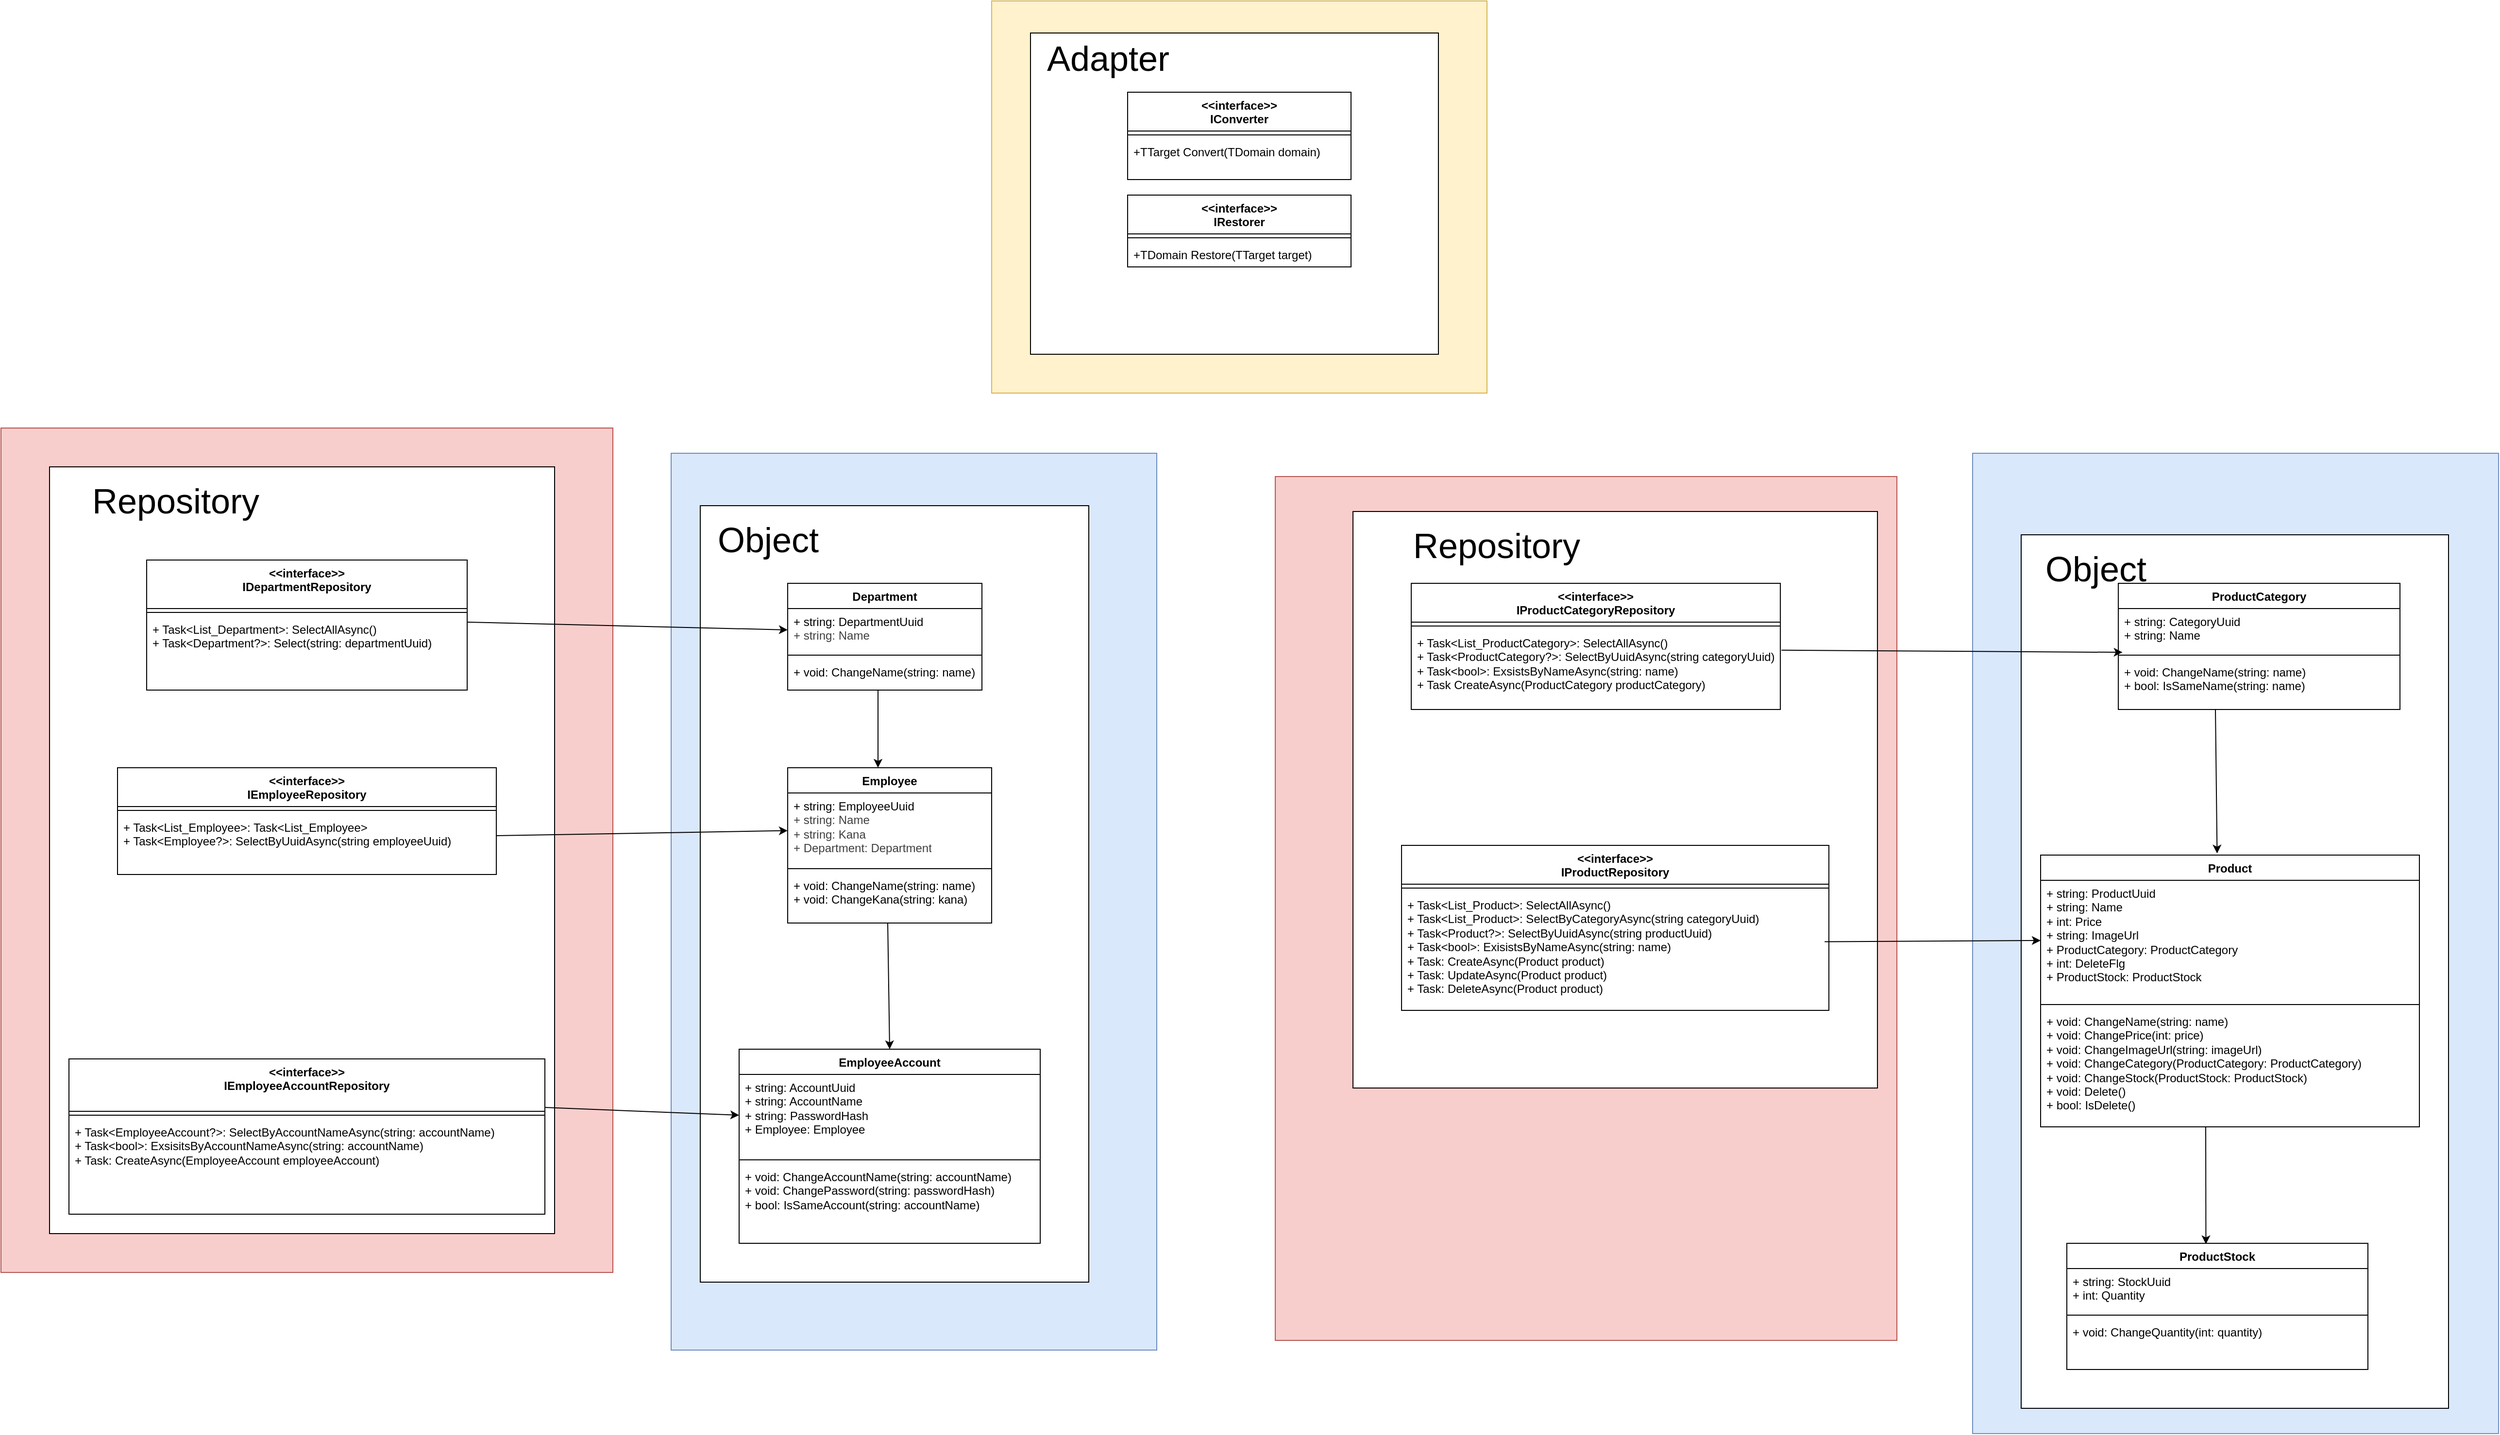
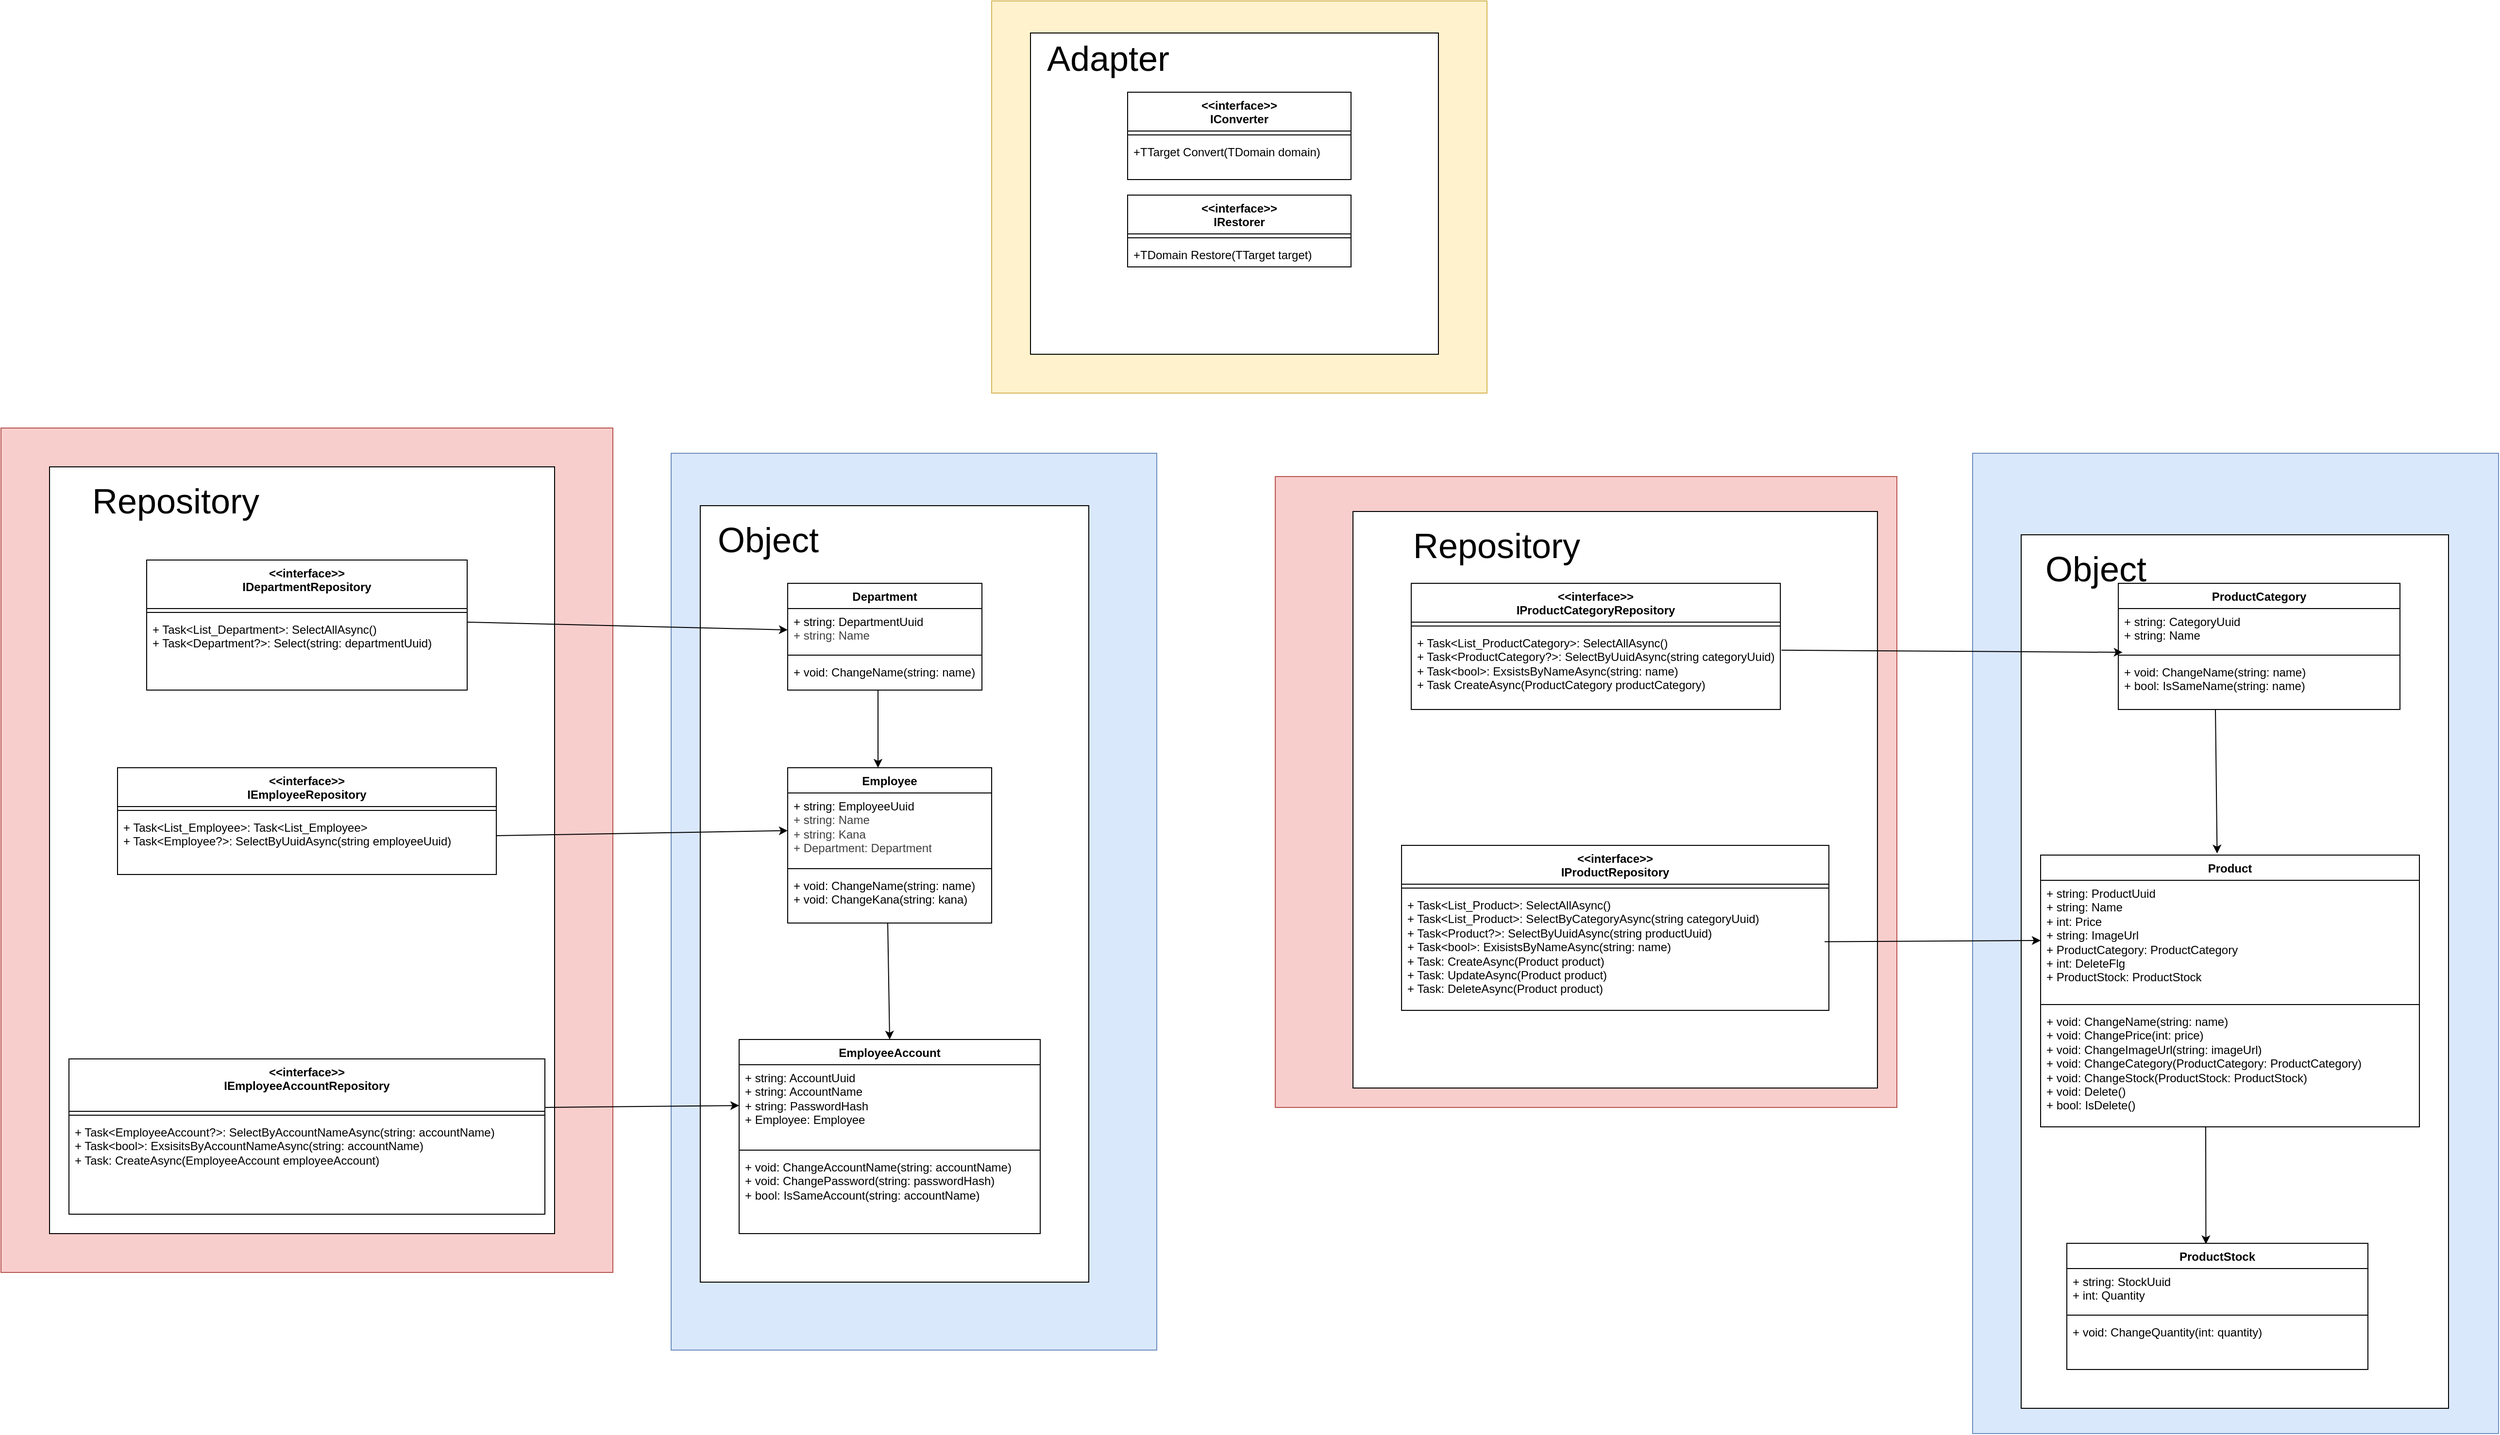
<mxfile host="65bd71144e">
    <diagram id="KKfMD3SemsG6aV6jb4rE" name="ページ1">
-         <mxGraphModel dx="3272" dy="1780" grid="1" gridSize="10" guides="1" tooltips="1" connect="1" arrows="1" fold="1" page="1" pageScale="1" pageWidth="827" pageHeight="1169" math="0" shadow="0">
+         <mxGraphModel dx="2668" dy="1675" grid="1" gridSize="10" guides="1" tooltips="1" connect="1" arrows="1" fold="1" page="1" pageScale="1" pageWidth="827" pageHeight="1169" math="0" shadow="0">
            <root>
                <mxCell id="0"/>
                <mxCell id="1" parent="0"/>
                <mxCell id="88" value="" style="rounded=0;whiteSpace=wrap;html=1;fillColor=#dae8fc;strokeColor=#6c8ebf;" parent="1" vertex="1">
                    <mxGeometry x="420" y="-414" width="541.5" height="1010" as="geometry"/>
                </mxCell>
                <mxCell id="87" value="" style="rounded=0;whiteSpace=wrap;html=1;" parent="1" vertex="1">
                    <mxGeometry x="470" y="-330" width="440" height="900" as="geometry"/>
                </mxCell>
                <mxCell id="85" value="" style="rounded=0;whiteSpace=wrap;html=1;fillColor=#dae8fc;strokeColor=#6c8ebf;" parent="1" vertex="1">
                    <mxGeometry x="-920" y="-414" width="500" height="924" as="geometry"/>
                </mxCell>
                <mxCell id="84" value="" style="rounded=0;whiteSpace=wrap;html=1;" parent="1" vertex="1">
                    <mxGeometry x="-890" y="-360" width="400" height="800" as="geometry"/>
                </mxCell>
                <mxCell id="82" value="" style="rounded=0;whiteSpace=wrap;html=1;fillColor=#f8cecc;strokeColor=#b85450;" parent="1" vertex="1">
-                     <mxGeometry x="-297.97" y="-390" width="640" height="890" as="geometry"/>
+                     <mxGeometry x="-297.97" y="-390" width="640" height="650" as="geometry"/>
                </mxCell>
                <mxCell id="80" value="" style="rounded=0;whiteSpace=wrap;html=1;" parent="1" vertex="1">
                    <mxGeometry x="-217.97" y="-354" width="540" height="594" as="geometry"/>
                </mxCell>
                <mxCell id="78" value="" style="rounded=0;whiteSpace=wrap;html=1;fillColor=#f8cecc;strokeColor=#b85450;" parent="1" vertex="1">
                    <mxGeometry x="-1610" y="-440" width="630" height="870" as="geometry"/>
                </mxCell>
                <mxCell id="77" value="" style="rounded=0;whiteSpace=wrap;html=1;" parent="1" vertex="1">
                    <mxGeometry x="-1560" y="-400" width="520" height="790" as="geometry"/>
                </mxCell>
                <mxCell id="76" value="" style="rounded=0;whiteSpace=wrap;html=1;fillColor=#fff2cc;strokeColor=#d6b656;" parent="1" vertex="1">
                    <mxGeometry x="-590" y="-880" width="510" height="404" as="geometry"/>
                </mxCell>
                <mxCell id="74" value="" style="rounded=0;whiteSpace=wrap;html=1;" parent="1" vertex="1">
                    <mxGeometry x="-550" y="-847" width="420" height="331" as="geometry"/>
                </mxCell>
                <mxCell id="10" value="EmployeeAccount" style="swimlane;fontStyle=1;align=center;verticalAlign=top;childLayout=stackLayout;horizontal=1;startSize=26;horizontalStack=0;resizeParent=1;resizeParentMax=0;resizeLast=0;collapsible=1;marginBottom=0;whiteSpace=wrap;html=1;" parent="1" vertex="1">
-                     <mxGeometry x="-850" y="200" width="310" height="200" as="geometry"/>
+                     <mxGeometry x="-850" y="190" width="310" height="200" as="geometry"/>
                </mxCell>
                <mxCell id="11" value="+ string: AccountUuid&lt;div&gt;+ string: AccountName&lt;/div&gt;&lt;div&gt;+ string: PasswordHash&lt;/div&gt;&lt;div&gt;+ Employee: Employee&lt;/div&gt;" style="text;strokeColor=none;fillColor=none;align=left;verticalAlign=top;spacingLeft=4;spacingRight=4;overflow=hidden;rotatable=0;points=[[0,0.5],[1,0.5]];portConstraint=eastwest;whiteSpace=wrap;html=1;" parent="10" vertex="1">
                    <mxGeometry y="26" width="310" height="84" as="geometry"/>
                </mxCell>
                <mxCell id="12" value="" style="line;strokeWidth=1;fillColor=none;align=left;verticalAlign=middle;spacingTop=-1;spacingLeft=3;spacingRight=3;rotatable=0;labelPosition=right;points=[];portConstraint=eastwest;strokeColor=inherit;" parent="10" vertex="1">
                    <mxGeometry y="110" width="310" height="8" as="geometry"/>
                </mxCell>
                <mxCell id="13" value="+ void: ChangeAccountName(string: accountName)&lt;div&gt;+ void: ChangePassword(string: passwordHash)&lt;/div&gt;&lt;div&gt;+ bool: IsSameAccount(string: accountName)&lt;/div&gt;" style="text;strokeColor=none;fillColor=none;align=left;verticalAlign=top;spacingLeft=4;spacingRight=4;overflow=hidden;rotatable=0;points=[[0,0.5],[1,0.5]];portConstraint=eastwest;whiteSpace=wrap;html=1;" parent="10" vertex="1">
                    <mxGeometry y="118" width="310" height="82" as="geometry"/>
                </mxCell>
                <mxCell id="14" value="ProductCategory" style="swimlane;fontStyle=1;align=center;verticalAlign=top;childLayout=stackLayout;horizontal=1;startSize=26;horizontalStack=0;resizeParent=1;resizeParentMax=0;resizeLast=0;collapsible=1;marginBottom=0;whiteSpace=wrap;html=1;" parent="1" vertex="1">
                    <mxGeometry x="570" y="-280" width="290" height="130" as="geometry"/>
                </mxCell>
                <mxCell id="15" value="+ string: CategoryUuid&lt;div&gt;+ string: Name&lt;/div&gt;" style="text;strokeColor=none;fillColor=none;align=left;verticalAlign=top;spacingLeft=4;spacingRight=4;overflow=hidden;rotatable=0;points=[[0,0.5],[1,0.5]];portConstraint=eastwest;whiteSpace=wrap;html=1;" parent="14" vertex="1">
                    <mxGeometry y="26" width="290" height="44" as="geometry"/>
                </mxCell>
                <mxCell id="16" value="" style="line;strokeWidth=1;fillColor=none;align=left;verticalAlign=middle;spacingTop=-1;spacingLeft=3;spacingRight=3;rotatable=0;labelPosition=right;points=[];portConstraint=eastwest;strokeColor=inherit;" parent="14" vertex="1">
                    <mxGeometry y="70" width="290" height="8" as="geometry"/>
                </mxCell>
                <mxCell id="70" value="" style="endArrow=classic;html=1;entryX=0.466;entryY=-0.006;entryDx=0;entryDy=0;entryPerimeter=0;" parent="14" target="18" edge="1">
                    <mxGeometry width="50" height="50" relative="1" as="geometry">
                        <mxPoint x="100" y="130" as="sourcePoint"/>
                        <mxPoint x="150" y="80" as="targetPoint"/>
                    </mxGeometry>
                </mxCell>
                <mxCell id="17" value="+ void: ChangeName(string: name)&lt;div&gt;+ bool: IsSameName(string: name)&lt;/div&gt;" style="text;strokeColor=none;fillColor=none;align=left;verticalAlign=top;spacingLeft=4;spacingRight=4;overflow=hidden;rotatable=0;points=[[0,0.5],[1,0.5]];portConstraint=eastwest;whiteSpace=wrap;html=1;" parent="14" vertex="1">
                    <mxGeometry y="78" width="290" height="52" as="geometry"/>
                </mxCell>
                <mxCell id="18" value="Product" style="swimlane;fontStyle=1;align=center;verticalAlign=top;childLayout=stackLayout;horizontal=1;startSize=26;horizontalStack=0;resizeParent=1;resizeParentMax=0;resizeLast=0;collapsible=1;marginBottom=0;whiteSpace=wrap;html=1;" parent="1" vertex="1">
                    <mxGeometry x="490" width="390" height="280" as="geometry"/>
                </mxCell>
                <mxCell id="19" value="+ string: ProductUuid&lt;div&gt;+ string: Name&lt;/div&gt;&lt;div&gt;+ int: Price&lt;/div&gt;&lt;div&gt;+ string: ImageUrl&lt;/div&gt;&lt;div&gt;+ ProductCategory: ProductCategory&lt;/div&gt;&lt;div&gt;+ int: DeleteFlg&lt;/div&gt;&lt;div&gt;+ ProductStock: ProductStock&lt;/div&gt;" style="text;strokeColor=none;fillColor=none;align=left;verticalAlign=top;spacingLeft=4;spacingRight=4;overflow=hidden;rotatable=0;points=[[0,0.5],[1,0.5]];portConstraint=eastwest;whiteSpace=wrap;html=1;" parent="18" vertex="1">
                    <mxGeometry y="26" width="390" height="124" as="geometry"/>
                </mxCell>
                <mxCell id="20" value="" style="line;strokeWidth=1;fillColor=none;align=left;verticalAlign=middle;spacingTop=-1;spacingLeft=3;spacingRight=3;rotatable=0;labelPosition=right;points=[];portConstraint=eastwest;strokeColor=inherit;" parent="18" vertex="1">
                    <mxGeometry y="150" width="390" height="8" as="geometry"/>
                </mxCell>
                <mxCell id="21" value="+ void: ChangeName(string: name)&lt;div&gt;+ void: ChangePrice(int: price)&lt;/div&gt;&lt;div&gt;+ void: ChangeImageUrl(string: imageUrl)&lt;/div&gt;&lt;div&gt;+ void: ChangeCategory(ProductCategory: ProductCategory)&lt;/div&gt;&lt;div&gt;+ void: ChangeStock(ProductStock: ProductStock)&lt;/div&gt;&lt;div&gt;+ void: Delete()&lt;/div&gt;&lt;div&gt;+ bool: IsDelete()&amp;nbsp;&lt;/div&gt;" style="text;strokeColor=none;fillColor=none;align=left;verticalAlign=top;spacingLeft=4;spacingRight=4;overflow=hidden;rotatable=0;points=[[0,0.5],[1,0.5]];portConstraint=eastwest;whiteSpace=wrap;html=1;" parent="18" vertex="1">
                    <mxGeometry y="158" width="390" height="122" as="geometry"/>
                </mxCell>
                <mxCell id="71" value="" style="endArrow=classic;html=1;entryX=0.462;entryY=0.007;entryDx=0;entryDy=0;entryPerimeter=0;" parent="18" target="22" edge="1">
                    <mxGeometry width="50" height="50" relative="1" as="geometry">
                        <mxPoint x="170" y="280" as="sourcePoint"/>
                        <mxPoint x="220" y="230" as="targetPoint"/>
                    </mxGeometry>
                </mxCell>
                <mxCell id="22" value="ProductStock" style="swimlane;fontStyle=1;align=center;verticalAlign=top;childLayout=stackLayout;horizontal=1;startSize=26;horizontalStack=0;resizeParent=1;resizeParentMax=0;resizeLast=0;collapsible=1;marginBottom=0;whiteSpace=wrap;html=1;" parent="1" vertex="1">
                    <mxGeometry x="517" y="400" width="310" height="130" as="geometry"/>
                </mxCell>
                <mxCell id="23" value="+ string: StockUuid&lt;div&gt;+ int: Quantity&lt;/div&gt;" style="text;strokeColor=none;fillColor=none;align=left;verticalAlign=top;spacingLeft=4;spacingRight=4;overflow=hidden;rotatable=0;points=[[0,0.5],[1,0.5]];portConstraint=eastwest;whiteSpace=wrap;html=1;" parent="22" vertex="1">
                    <mxGeometry y="26" width="310" height="44" as="geometry"/>
                </mxCell>
                <mxCell id="24" value="" style="line;strokeWidth=1;fillColor=none;align=left;verticalAlign=middle;spacingTop=-1;spacingLeft=3;spacingRight=3;rotatable=0;labelPosition=right;points=[];portConstraint=eastwest;strokeColor=inherit;" parent="22" vertex="1">
                    <mxGeometry y="70" width="310" height="8" as="geometry"/>
                </mxCell>
                <mxCell id="25" value="+ void: ChangeQuantity(int: quantity)&lt;div&gt;&lt;br&gt;&lt;/div&gt;" style="text;strokeColor=none;fillColor=none;align=left;verticalAlign=top;spacingLeft=4;spacingRight=4;overflow=hidden;rotatable=0;points=[[0,0.5],[1,0.5]];portConstraint=eastwest;whiteSpace=wrap;html=1;" parent="22" vertex="1">
                    <mxGeometry y="78" width="310" height="52" as="geometry"/>
                </mxCell>
                <mxCell id="26" value="&lt;span style=&quot;color: rgb(0, 0, 0);&quot;&gt;Department&lt;/span&gt;" style="swimlane;fontStyle=1;align=center;verticalAlign=top;childLayout=stackLayout;horizontal=1;startSize=26;horizontalStack=0;resizeParent=1;resizeParentMax=0;resizeLast=0;collapsible=1;marginBottom=0;whiteSpace=wrap;html=1;" parent="1" vertex="1">
                    <mxGeometry x="-800" y="-280" width="200" height="110" as="geometry"/>
                </mxCell>
                <mxCell id="27" value="&lt;span style=&quot;color: rgb(0, 0, 0);&quot;&gt;+ string: DepartmentUuid&lt;/span&gt;&lt;div style=&quot;color: rgb(63, 63, 63); scrollbar-color: rgb(226, 226, 226) rgb(251, 251, 251);&quot;&gt;+ string: Name&amp;nbsp;&lt;/div&gt;" style="text;strokeColor=none;fillColor=none;align=left;verticalAlign=top;spacingLeft=4;spacingRight=4;overflow=hidden;rotatable=0;points=[[0,0.5],[1,0.5]];portConstraint=eastwest;whiteSpace=wrap;html=1;" parent="26" vertex="1">
                    <mxGeometry y="26" width="200" height="44" as="geometry"/>
                </mxCell>
                <mxCell id="28" value="" style="line;strokeWidth=1;fillColor=none;align=left;verticalAlign=middle;spacingTop=-1;spacingLeft=3;spacingRight=3;rotatable=0;labelPosition=right;points=[];portConstraint=eastwest;strokeColor=inherit;" parent="26" vertex="1">
                    <mxGeometry y="70" width="200" height="8" as="geometry"/>
                </mxCell>
                <mxCell id="29" value="+ void: ChangeName(string: name)" style="text;strokeColor=none;fillColor=none;align=left;verticalAlign=top;spacingLeft=4;spacingRight=4;overflow=hidden;rotatable=0;points=[[0,0.5],[1,0.5]];portConstraint=eastwest;whiteSpace=wrap;html=1;" parent="26" vertex="1">
                    <mxGeometry y="78" width="200" height="32" as="geometry"/>
                </mxCell>
                <mxCell id="30" value="&lt;span style=&quot;color: rgb(0, 0, 0);&quot;&gt;Employee&lt;/span&gt;" style="swimlane;fontStyle=1;align=center;verticalAlign=top;childLayout=stackLayout;horizontal=1;startSize=26;horizontalStack=0;resizeParent=1;resizeParentMax=0;resizeLast=0;collapsible=1;marginBottom=0;whiteSpace=wrap;html=1;" parent="1" vertex="1">
                    <mxGeometry x="-800" y="-90" width="210" height="160" as="geometry"/>
                </mxCell>
                <mxCell id="31" value="&lt;span style=&quot;color: rgb(0, 0, 0);&quot;&gt;+ string: EmployeeUuid&lt;/span&gt;&lt;div style=&quot;color: rgb(63, 63, 63); scrollbar-color: rgb(226, 226, 226) rgb(251, 251, 251);&quot;&gt;+ string: Name&lt;/div&gt;&lt;div style=&quot;color: rgb(63, 63, 63); scrollbar-color: rgb(226, 226, 226) rgb(251, 251, 251);&quot;&gt;+ string: Kana&lt;/div&gt;&lt;div style=&quot;color: rgb(63, 63, 63); scrollbar-color: rgb(226, 226, 226) rgb(251, 251, 251);&quot;&gt;+ Department: Department&lt;/div&gt;" style="text;strokeColor=none;fillColor=none;align=left;verticalAlign=top;spacingLeft=4;spacingRight=4;overflow=hidden;rotatable=0;points=[[0,0.5],[1,0.5]];portConstraint=eastwest;whiteSpace=wrap;html=1;" parent="30" vertex="1">
                    <mxGeometry y="26" width="210" height="74" as="geometry"/>
                </mxCell>
                <mxCell id="32" value="" style="line;strokeWidth=1;fillColor=none;align=left;verticalAlign=middle;spacingTop=-1;spacingLeft=3;spacingRight=3;rotatable=0;labelPosition=right;points=[];portConstraint=eastwest;strokeColor=inherit;" parent="30" vertex="1">
                    <mxGeometry y="100" width="210" height="8" as="geometry"/>
                </mxCell>
                <mxCell id="66" value="" style="endArrow=classic;html=1;entryX=0.5;entryY=0;entryDx=0;entryDy=0;" parent="30" target="10" edge="1">
                    <mxGeometry width="50" height="50" relative="1" as="geometry">
                        <mxPoint x="103" y="160" as="sourcePoint"/>
                        <mxPoint x="153" y="110" as="targetPoint"/>
                    </mxGeometry>
                </mxCell>
                <mxCell id="33" value="+ void: ChangeName(string: name)&lt;div&gt;+ void: ChangeKana(string: kana)&lt;/div&gt;" style="text;strokeColor=none;fillColor=none;align=left;verticalAlign=top;spacingLeft=4;spacingRight=4;overflow=hidden;rotatable=0;points=[[0,0.5],[1,0.5]];portConstraint=eastwest;whiteSpace=wrap;html=1;" parent="30" vertex="1">
                    <mxGeometry y="108" width="210" height="52" as="geometry"/>
                </mxCell>
                <mxCell id="34" value="&amp;lt;&amp;lt;interface&amp;gt;&amp;gt;&lt;div&gt;IConverter&lt;/div&gt;" style="swimlane;fontStyle=1;align=center;verticalAlign=top;childLayout=stackLayout;horizontal=1;startSize=40;horizontalStack=0;resizeParent=1;resizeParentMax=0;resizeLast=0;collapsible=1;marginBottom=0;whiteSpace=wrap;html=1;" parent="1" vertex="1">
                    <mxGeometry x="-450" y="-786" width="230" height="90" as="geometry"/>
                </mxCell>
                <mxCell id="35" value="" style="line;strokeWidth=1;fillColor=none;align=left;verticalAlign=middle;spacingTop=-1;spacingLeft=3;spacingRight=3;rotatable=0;labelPosition=right;points=[];portConstraint=eastwest;strokeColor=inherit;" parent="34" vertex="1">
                    <mxGeometry y="40" width="230" height="8" as="geometry"/>
                </mxCell>
                <mxCell id="36" value="+TTarget Convert(TDomain domain)" style="text;strokeColor=none;fillColor=none;align=left;verticalAlign=top;spacingLeft=4;spacingRight=4;overflow=hidden;rotatable=0;points=[[0,0.5],[1,0.5]];portConstraint=eastwest;whiteSpace=wrap;html=1;" parent="34" vertex="1">
                    <mxGeometry y="48" width="230" height="42" as="geometry"/>
                </mxCell>
                <mxCell id="37" value="&amp;lt;&amp;lt;interface&amp;gt;&amp;gt;&lt;div&gt;IRestorer&lt;/div&gt;" style="swimlane;fontStyle=1;align=center;verticalAlign=top;childLayout=stackLayout;horizontal=1;startSize=40;horizontalStack=0;resizeParent=1;resizeParentMax=0;resizeLast=0;collapsible=1;marginBottom=0;whiteSpace=wrap;html=1;" parent="1" vertex="1">
                    <mxGeometry x="-450" y="-680" width="230" height="74" as="geometry"/>
                </mxCell>
                <mxCell id="38" value="" style="line;strokeWidth=1;fillColor=none;align=left;verticalAlign=middle;spacingTop=-1;spacingLeft=3;spacingRight=3;rotatable=0;labelPosition=right;points=[];portConstraint=eastwest;strokeColor=inherit;" parent="37" vertex="1">
                    <mxGeometry y="40" width="230" height="8" as="geometry"/>
                </mxCell>
                <mxCell id="39" value="+TDomain Restore(TTarget target)" style="text;strokeColor=none;fillColor=none;align=left;verticalAlign=top;spacingLeft=4;spacingRight=4;overflow=hidden;rotatable=0;points=[[0,0.5],[1,0.5]];portConstraint=eastwest;whiteSpace=wrap;html=1;" parent="37" vertex="1">
                    <mxGeometry y="48" width="230" height="26" as="geometry"/>
                </mxCell>
                <mxCell id="40" value="&amp;lt;&amp;lt;interface&amp;gt;&amp;gt;&lt;br&gt;IDepartmentRepository" style="swimlane;fontStyle=1;align=center;verticalAlign=top;childLayout=stackLayout;horizontal=1;startSize=50;horizontalStack=0;resizeParent=1;resizeParentMax=0;resizeLast=0;collapsible=1;marginBottom=0;whiteSpace=wrap;html=1;" parent="1" vertex="1">
                    <mxGeometry x="-1460" y="-304" width="330" height="134" as="geometry"/>
                </mxCell>
                <mxCell id="42" value="" style="line;strokeWidth=1;fillColor=none;align=left;verticalAlign=middle;spacingTop=-1;spacingLeft=3;spacingRight=3;rotatable=0;labelPosition=right;points=[];portConstraint=eastwest;strokeColor=inherit;" parent="40" vertex="1">
                    <mxGeometry y="50" width="330" height="8" as="geometry"/>
                </mxCell>
                <mxCell id="43" value="+ Task&amp;lt;List_Department&amp;gt;: SelectAllAsync()&lt;div&gt;+ Task&amp;lt;Department?&amp;gt;: Select(string: departmentUuid)&lt;/div&gt;" style="text;strokeColor=none;fillColor=none;align=left;verticalAlign=top;spacingLeft=4;spacingRight=4;overflow=hidden;rotatable=0;points=[[0,0.5],[1,0.5]];portConstraint=eastwest;whiteSpace=wrap;html=1;" parent="40" vertex="1">
                    <mxGeometry y="58" width="330" height="76" as="geometry"/>
                </mxCell>
                <mxCell id="45" value="&amp;lt;&amp;lt;interface&amp;gt;&amp;gt;&lt;br&gt;IEmployeeRepository" style="swimlane;fontStyle=1;align=center;verticalAlign=top;childLayout=stackLayout;horizontal=1;startSize=40;horizontalStack=0;resizeParent=1;resizeParentMax=0;resizeLast=0;collapsible=1;marginBottom=0;whiteSpace=wrap;html=1;" parent="1" vertex="1">
                    <mxGeometry x="-1490" y="-90" width="390" height="110" as="geometry"/>
                </mxCell>
                <mxCell id="47" value="" style="line;strokeWidth=1;fillColor=none;align=left;verticalAlign=middle;spacingTop=-1;spacingLeft=3;spacingRight=3;rotatable=0;labelPosition=right;points=[];portConstraint=eastwest;strokeColor=inherit;" parent="45" vertex="1">
                    <mxGeometry y="40" width="390" height="8" as="geometry"/>
                </mxCell>
                <mxCell id="48" value="&lt;span style=&quot;color: rgb(0, 0, 0);&quot;&gt;+ Task&amp;lt;List_Employee&amp;gt;: Task&amp;lt;List_Employee&amp;gt;&lt;br&gt;+ Task&amp;lt;Employee?&amp;gt;: SelectByUuidAsync(string employeeUuid)&lt;/span&gt;" style="text;strokeColor=none;fillColor=none;align=left;verticalAlign=top;spacingLeft=4;spacingRight=4;overflow=hidden;rotatable=0;points=[[0,0.5],[1,0.5]];portConstraint=eastwest;whiteSpace=wrap;html=1;" parent="45" vertex="1">
                    <mxGeometry y="48" width="390" height="62" as="geometry"/>
                </mxCell>
                <mxCell id="49" value="&amp;lt;&amp;lt;interface&amp;gt;&amp;gt;&lt;br&gt;IEmployeeAccountRepository" style="swimlane;fontStyle=1;align=center;verticalAlign=top;childLayout=stackLayout;horizontal=1;startSize=54;horizontalStack=0;resizeParent=1;resizeParentMax=0;resizeLast=0;collapsible=1;marginBottom=0;whiteSpace=wrap;html=1;" parent="1" vertex="1">
                    <mxGeometry x="-1540" y="210" width="490" height="160" as="geometry"/>
                </mxCell>
                <mxCell id="51" value="" style="line;strokeWidth=1;fillColor=none;align=left;verticalAlign=middle;spacingTop=-1;spacingLeft=3;spacingRight=3;rotatable=0;labelPosition=right;points=[];portConstraint=eastwest;strokeColor=inherit;" parent="49" vertex="1">
                    <mxGeometry y="54" width="490" height="8" as="geometry"/>
                </mxCell>
                <mxCell id="52" value="+ Task&amp;lt;EmployeeAccount?&amp;gt;: SelectByAccountNameAsync(string: accountName)&lt;div&gt;+ Task&amp;lt;bool&amp;gt;: ExsisitsByAccountNameAsync(string: accountName)&lt;/div&gt;&lt;div&gt;+ Task: CreateAsync(EmployeeAccount employeeAccount)&lt;/div&gt;" style="text;strokeColor=none;fillColor=none;align=left;verticalAlign=top;spacingLeft=4;spacingRight=4;overflow=hidden;rotatable=0;points=[[0,0.5],[1,0.5]];portConstraint=eastwest;whiteSpace=wrap;html=1;" parent="49" vertex="1">
                    <mxGeometry y="62" width="490" height="98" as="geometry"/>
                </mxCell>
                <mxCell id="53" value="&amp;lt;&amp;lt;interface&amp;gt;&amp;gt;&lt;br&gt;IProductCategoryRepository" style="swimlane;fontStyle=1;align=center;verticalAlign=top;childLayout=stackLayout;horizontal=1;startSize=40;horizontalStack=0;resizeParent=1;resizeParentMax=0;resizeLast=0;collapsible=1;marginBottom=0;whiteSpace=wrap;html=1;" parent="1" vertex="1">
                    <mxGeometry x="-157.97" y="-280" width="380" height="130" as="geometry"/>
                </mxCell>
                <mxCell id="55" value="" style="line;strokeWidth=1;fillColor=none;align=left;verticalAlign=middle;spacingTop=-1;spacingLeft=3;spacingRight=3;rotatable=0;labelPosition=right;points=[];portConstraint=eastwest;strokeColor=inherit;" parent="53" vertex="1">
                    <mxGeometry y="40" width="380" height="8" as="geometry"/>
                </mxCell>
                <mxCell id="56" value="+ Task&amp;lt;List_ProductCategory&amp;gt;: SelectAllAsync()&lt;div&gt;+ Task&amp;lt;ProductCategory?&amp;gt;: SelectByUuidAsync(string categoryUuid)&lt;/div&gt;&lt;div&gt;+ Task&amp;lt;bool&amp;gt;: ExsistsByNameAsync(string: name)&lt;/div&gt;&lt;div&gt;+ Task CreateAsync(ProductCategory productCategory)&lt;/div&gt;" style="text;strokeColor=none;fillColor=none;align=left;verticalAlign=top;spacingLeft=4;spacingRight=4;overflow=hidden;rotatable=0;points=[[0,0.5],[1,0.5]];portConstraint=eastwest;whiteSpace=wrap;html=1;" parent="53" vertex="1">
                    <mxGeometry y="48" width="380" height="82" as="geometry"/>
                </mxCell>
                <mxCell id="58" value="&amp;lt;&amp;lt;interface&amp;gt;&amp;gt;&lt;div&gt;IProductRepository&lt;/div&gt;" style="swimlane;fontStyle=1;align=center;verticalAlign=top;childLayout=stackLayout;horizontal=1;startSize=40;horizontalStack=0;resizeParent=1;resizeParentMax=0;resizeLast=0;collapsible=1;marginBottom=0;whiteSpace=wrap;html=1;" parent="1" vertex="1">
                    <mxGeometry x="-167.97" y="-10" width="440" height="170" as="geometry"/>
                </mxCell>
                <mxCell id="60" value="" style="line;strokeWidth=1;fillColor=none;align=left;verticalAlign=middle;spacingTop=-1;spacingLeft=3;spacingRight=3;rotatable=0;labelPosition=right;points=[];portConstraint=eastwest;strokeColor=inherit;" parent="58" vertex="1">
                    <mxGeometry y="40" width="440" height="8" as="geometry"/>
                </mxCell>
                <mxCell id="61" value="+ Task&amp;lt;List_Product&amp;gt;: SelectAllAsync()&lt;div&gt;+ Task&amp;lt;List_Product&amp;gt;: SelectByCategoryAsync(string categoryUuid)&lt;/div&gt;&lt;div&gt;+ Task&amp;lt;Product?&amp;gt;: SelectByUuidAsync(string productUuid)&lt;/div&gt;&lt;div&gt;+ Task&amp;lt;bool&amp;gt;: ExisistsByNameAsync(string: name)&lt;/div&gt;&lt;div&gt;+ Task: CreateAsync(Product product)&lt;/div&gt;&lt;div&gt;+ Task: UpdateAsync(Product product)&lt;/div&gt;&lt;div&gt;+ Task: DeleteAsync(Product product)&lt;/div&gt;" style="text;strokeColor=none;fillColor=none;align=left;verticalAlign=top;spacingLeft=4;spacingRight=4;overflow=hidden;rotatable=0;points=[[0,0.5],[1,0.5]];portConstraint=eastwest;whiteSpace=wrap;html=1;" parent="58" vertex="1">
                    <mxGeometry y="48" width="440" height="122" as="geometry"/>
                </mxCell>
                <mxCell id="65" value="" style="endArrow=classic;html=1;" parent="1" edge="1">
                    <mxGeometry width="50" height="50" relative="1" as="geometry">
                        <mxPoint x="-707" y="-170" as="sourcePoint"/>
                        <mxPoint x="-707" y="-90" as="targetPoint"/>
                    </mxGeometry>
                </mxCell>
                <mxCell id="67" value="" style="endArrow=classic;html=1;entryX=0;entryY=0.5;entryDx=0;entryDy=0;" parent="1" target="27" edge="1">
                    <mxGeometry width="50" height="50" relative="1" as="geometry">
                        <mxPoint x="-1130" y="-240" as="sourcePoint"/>
                        <mxPoint x="-903" y="-242" as="targetPoint"/>
                    </mxGeometry>
                </mxCell>
                <mxCell id="68" value="" style="endArrow=classic;html=1;" parent="1" target="31" edge="1">
                    <mxGeometry width="50" height="50" relative="1" as="geometry">
                        <mxPoint x="-1100" y="-20" as="sourcePoint"/>
                        <mxPoint x="-904" y="-20" as="targetPoint"/>
                    </mxGeometry>
                </mxCell>
                <mxCell id="69" value="" style="endArrow=classic;html=1;entryX=0;entryY=0.5;entryDx=0;entryDy=0;" parent="1" target="11" edge="1">
                    <mxGeometry width="50" height="50" relative="1" as="geometry">
                        <mxPoint x="-1050" y="260" as="sourcePoint"/>
                        <mxPoint x="-953" y="258" as="targetPoint"/>
                    </mxGeometry>
                </mxCell>
                <mxCell id="72" value="" style="endArrow=classic;html=1;entryX=0.015;entryY=1.025;entryDx=0;entryDy=0;entryPerimeter=0;exitX=1.003;exitY=0.255;exitDx=0;exitDy=0;exitPerimeter=0;" parent="1" source="56" target="15" edge="1">
                    <mxGeometry width="50" height="50" relative="1" as="geometry">
                        <mxPoint x="282.03" y="-210" as="sourcePoint"/>
                        <mxPoint x="490.0000000000002" y="-208.67999999999984" as="targetPoint"/>
                    </mxGeometry>
                </mxCell>
                <mxCell id="73" value="" style="endArrow=classic;html=1;entryX=0;entryY=0.5;entryDx=0;entryDy=0;exitX=0.99;exitY=0.42;exitDx=0;exitDy=0;exitPerimeter=0;" parent="1" source="61" target="19" edge="1">
                    <mxGeometry width="50" height="50" relative="1" as="geometry">
                        <mxPoint x="282.03" y="90" as="sourcePoint"/>
                        <mxPoint x="412.03" y="88" as="targetPoint"/>
                    </mxGeometry>
                </mxCell>
                <mxCell id="75" value="&lt;font style=&quot;font-size: 36px;&quot;&gt;Adapter&lt;/font&gt;" style="text;html=1;align=center;verticalAlign=middle;whiteSpace=wrap;rounded=0;" parent="1" vertex="1">
                    <mxGeometry x="-500" y="-836" width="60" height="30" as="geometry"/>
                </mxCell>
                <mxCell id="79" value="&lt;font style=&quot;font-size: 36px;&quot;&gt;Repository&lt;/font&gt;" style="text;html=1;align=center;verticalAlign=middle;whiteSpace=wrap;rounded=0;" parent="1" vertex="1">
                    <mxGeometry x="-1460" y="-380" width="60" height="30" as="geometry"/>
                </mxCell>
                <mxCell id="81" value="&lt;font style=&quot;font-size: 36px;&quot;&gt;Repository&lt;/font&gt;" style="text;html=1;align=center;verticalAlign=middle;whiteSpace=wrap;rounded=0;" parent="1" vertex="1">
                    <mxGeometry x="-100" y="-334" width="60" height="30" as="geometry"/>
                </mxCell>
                <mxCell id="86" value="&lt;font style=&quot;font-size: 36px;&quot;&gt;Object&lt;/font&gt;" style="text;html=1;align=center;verticalAlign=middle;whiteSpace=wrap;rounded=0;" parent="1" vertex="1">
                    <mxGeometry x="-850" y="-340" width="60" height="30" as="geometry"/>
                </mxCell>
                <mxCell id="90" value="&lt;font style=&quot;font-size: 36px;&quot;&gt;Object&lt;/font&gt;" style="text;html=1;align=center;verticalAlign=middle;whiteSpace=wrap;rounded=0;" parent="1" vertex="1">
                    <mxGeometry x="517" y="-310" width="60" height="30" as="geometry"/>
                </mxCell>
            </root>
        </mxGraphModel>
    </diagram>
</mxfile>